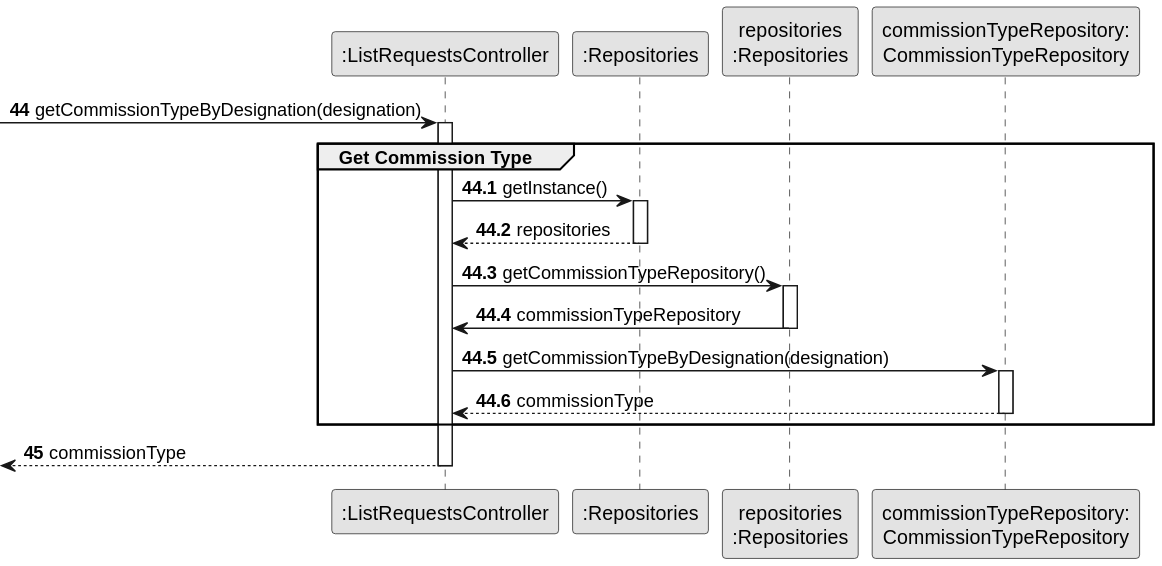
rita-barbosa/LAPR2-2223 keeps this PlantUML diagram as docs/sprintD/us008/03.design/svg/us008-sequence-diagram-partial-get-commission-type.svg. Above is the earlier version. Its diagram source:
```plantuml
@startuml
skinparam monochrome true
skinparam packageStyle rectangle
skinparam shadowing false

participant ":ListRequestsController" as CTRL
participant ":Repositories" as RepositorySingleton
participant "repositories\n:Repositories" as PLAT
participant "commissionTypeRepository:\nCommissionTypeRepository" as CommissionTypeRepository

autonumber 44
-> CTRL : getCommissionTypeByDesignation(designation)

autonumber 44.1

activate CTRL
    group Get Commission Type
        CTRL -> RepositorySingleton : getInstance()
        activate RepositorySingleton

            RepositorySingleton --> CTRL: repositories
        deactivate RepositorySingleton

        CTRL -> PLAT : getCommissionTypeRepository()
        activate PLAT

            PLAT -> CTRL : commissionTypeRepository
        deactivate PLAT

        CTRL -> CommissionTypeRepository : getCommissionTypeByDesignation(designation)
        activate CommissionTypeRepository

            CommissionTypeRepository --> CTRL : commissionType
        deactivate CommissionTypeRepository

    end group

    autonumber 45
    <-- CTRL : commissionType

deactivate CTRL
@enduml
```
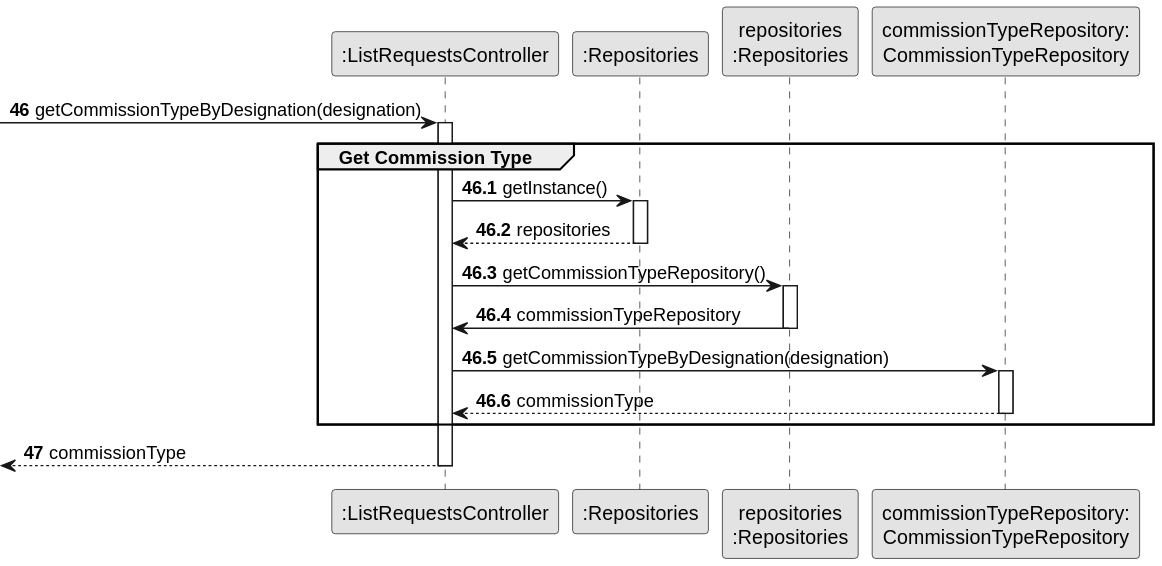
The same file after the commit.

Change to the diagram source:
```diff
@@ -8,10 +8,10 @@
 participant "repositories\n:Repositories" as PLAT
 participant "commissionTypeRepository:\nCommissionTypeRepository" as CommissionTypeRepository
 
-autonumber 44
+autonumber 46
 -> CTRL : getCommissionTypeByDesignation(designation)
 
-autonumber 44.1
+autonumber 46.1
 
 activate CTRL
     group Get Commission Type
@@ -35,7 +35,7 @@
 
     end group
 
-    autonumber 45
+    autonumber 47
     <-- CTRL : commissionType
 
 deactivate CTRL
```
